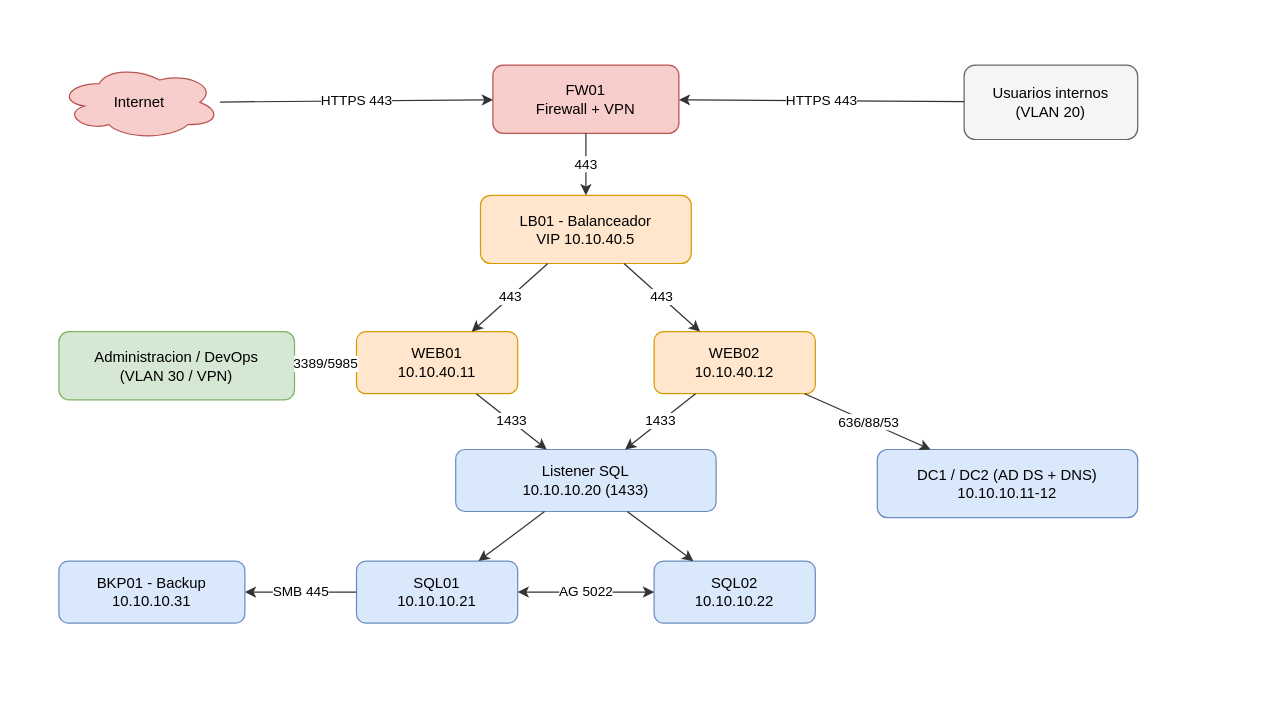
Above: desarrollo/red/diagramas/10-arquitectura.drawio in arnaumartinezmorant-lang/PROYECTO (draw.io), before the change. Source tidied: cells renumbered, new cells numbered last; positions are measured from the earlier drawing's top-left corner, leaving out a move shared by most shapes. Both pictures are drawn from the tidied source at 124%, with x=0, y=0 at pixel (58, 64).
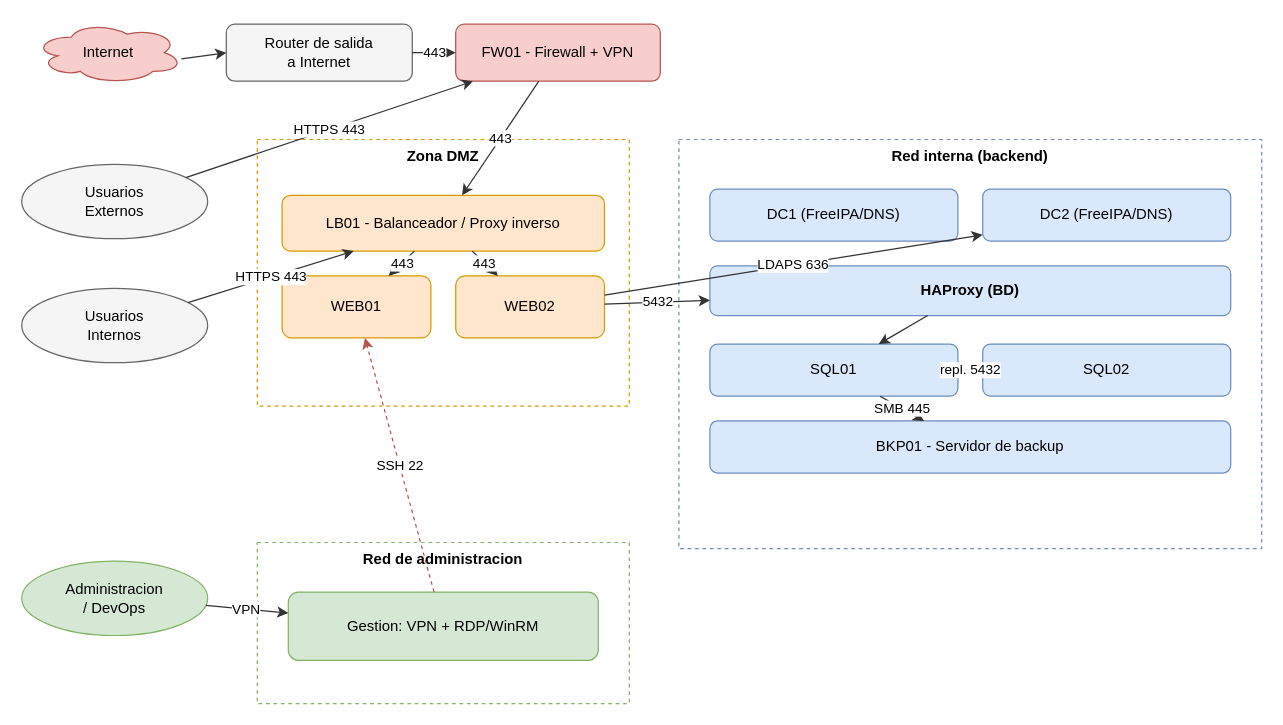
After the change.

Change to the diagram source:
```diff
@@
     <mxCell id="2" value="Internet" style="ellipse;shape=cloud;whiteSpace=wrap;html=1;fillColor=#f8cecc;strokeColor=#b85450;fontSize=12;" parent="1" vertex="1">
-      <mxGeometry width="130" height="60" as="geometry" />
+      <mxGeometry x="-20" y="-35" width="120" height="50" as="geometry" />
     </mxCell>
-    <mxCell id="3" value="Usuarios internos&#10;(VLAN 20)" style="rounded=1;whiteSpace=wrap;html=1;fillColor=#f5f5f5;strokeColor=#666666;fontSize=12;" parent="1" vertex="1">
-      <mxGeometry x="730" width="140" height="60" as="geometry" />
-    </mxCell>
+    <mxCell id="27" value="Router de salida&#10;a Internet" style="rounded=1;whiteSpace=wrap;html=1;fillColor=#f5f5f5;strokeColor=#666666;fontSize=12;" parent="1" vertex="1">
+      <mxGeometry x="135" y="-33" width="150" height="46" as="geometry" />
+    </mxCell>
-    <mxCell id="4" value="FW01&#10;Firewall + VPN" style="rounded=1;whiteSpace=wrap;html=1;fillColor=#f8cecc;strokeColor=#b85450;fontSize=12;" parent="1" vertex="1">
-      <mxGeometry x="350" width="150" height="55" as="geometry" />
+    <mxCell id="4" value="FW01 - Firewall + VPN" style="rounded=1;whiteSpace=wrap;html=1;fillColor=#f8cecc;strokeColor=#b85450;fontSize=12;" parent="1" vertex="1">
+      <mxGeometry x="320" y="-33" width="165" height="46" as="geometry" />
     </mxCell>
+    <mxCell id="28" value="Usuarios&#10;Externos" style="ellipse;whiteSpace=wrap;html=1;fillColor=#f5f5f5;strokeColor=#666666;fontSize=12;" parent="1" vertex="1">
+      <mxGeometry x="-30" y="80" width="150" height="60" as="geometry" />
+    </mxCell>
+    <mxCell id="29" value="Usuarios&#10;Internos" style="ellipse;whiteSpace=wrap;html=1;fillColor=#f5f5f5;strokeColor=#666666;fontSize=12;" parent="1" vertex="1">
+      <mxGeometry x="-30" y="180" width="150" height="60" as="geometry" />
+    </mxCell>
+    <mxCell id="30" value="Administracion&#10;/ DevOps" style="ellipse;whiteSpace=wrap;html=1;fillColor=#d5e8d4;strokeColor=#82b366;fontSize=12;" parent="1" vertex="1">
+      <mxGeometry x="-30" y="400" width="150" height="60" as="geometry" />
+    </mxCell>
+    <mxCell id="31" value="Zona DMZ" style="rounded=0;whiteSpace=wrap;html=1;verticalAlign=top;fillColor=none;strokeColor=#d79b00;fontSize=12;dashed=1;verticalAlign=top;fontStyle=1;" parent="1" vertex="1">
+      <mxGeometry x="160" y="60" width="300" height="215" as="geometry" />
+    </mxCell>
+    <mxCell id="32" value="Red interna (backend)" style="rounded=0;whiteSpace=wrap;html=1;verticalAlign=top;fillColor=none;strokeColor=#6c8ebf;fontSize=12;dashed=1;verticalAlign=top;fontStyle=1;" parent="1" vertex="1">
+      <mxGeometry x="500" y="60" width="470" height="330" as="geometry" />
+    </mxCell>
+    <mxCell id="33" value="Red de administracion" style="rounded=0;whiteSpace=wrap;html=1;verticalAlign=top;fillColor=none;strokeColor=#82b366;fontSize=12;dashed=1;verticalAlign=top;fontStyle=1;" parent="1" vertex="1">
+      <mxGeometry x="160" y="385" width="300" height="130" as="geometry" />
+    </mxCell>
-    <mxCell id="5" value="LB01 - Balanceador&#10;VIP 10.10.40.5" style="rounded=1;whiteSpace=wrap;html=1;fillColor=#ffe6cc;strokeColor=#d79b00;fontSize=12;" parent="1" vertex="1">
-      <mxGeometry x="340" y="105" width="170" height="55" as="geometry" />
+    <mxCell id="5" value="LB01 - Balanceador / Proxy inverso" style="rounded=1;whiteSpace=wrap;html=1;fillColor=#ffe6cc;strokeColor=#d79b00;fontSize=12;" parent="1" vertex="1">
+      <mxGeometry x="180" y="105" width="260" height="45" as="geometry" />
     </mxCell>
-    <mxCell id="6" value="WEB01&#10;10.10.40.11" style="rounded=1;whiteSpace=wrap;html=1;fillColor=#ffe6cc;strokeColor=#d79b00;fontSize=12;" parent="1" vertex="1">
-      <mxGeometry x="240" y="215" width="130" height="50" as="geometry" />
+    <mxCell id="6" value="WEB01" style="rounded=1;whiteSpace=wrap;html=1;fillColor=#ffe6cc;strokeColor=#d79b00;fontSize=12;" parent="1" vertex="1">
+      <mxGeometry x="180" y="170" width="120" height="50" as="geometry" />
     </mxCell>
-    <mxCell id="7" value="WEB02&#10;10.10.40.12" style="rounded=1;whiteSpace=wrap;html=1;fillColor=#ffe6cc;strokeColor=#d79b00;fontSize=12;" parent="1" vertex="1">
-      <mxGeometry x="480" y="215" width="130" height="50" as="geometry" />
+    <mxCell id="7" value="WEB02" style="rounded=1;whiteSpace=wrap;html=1;fillColor=#ffe6cc;strokeColor=#d79b00;fontSize=12;" parent="1" vertex="1">
+      <mxGeometry x="320" y="170" width="120" height="50" as="geometry" />
     </mxCell>
+    <mxCell id="34" value="DC1 (FreeIPA/DNS)" style="rounded=1;whiteSpace=wrap;html=1;fillColor=#dae8fc;strokeColor=#6c8ebf;fontSize=12;" parent="1" vertex="1">
+      <mxGeometry x="525" y="100" width="200" height="42" as="geometry" />
+    </mxCell>
+    <mxCell id="35" value="DC2 (FreeIPA/DNS)" style="rounded=1;whiteSpace=wrap;html=1;fillColor=#dae8fc;strokeColor=#6c8ebf;fontSize=12;" parent="1" vertex="1">
+      <mxGeometry x="745" y="100" width="200" height="42" as="geometry" />
+    </mxCell>
-    <mxCell id="8" value="Listener SQL&#10;10.10.10.20 (1433)" style="rounded=1;whiteSpace=wrap;html=1;fillColor=#dae8fc;strokeColor=#6c8ebf;fontSize=12;" parent="1" vertex="1">
-      <mxGeometry x="320" y="310" width="210" height="50" as="geometry" />
+    <mxCell id="8" value="HAProxy (BD)" style="rounded=1;whiteSpace=wrap;html=1;fillColor=#dae8fc;strokeColor=#6c8ebf;fontSize=12;fontStyle=1;" parent="1" vertex="1">
+      <mxGeometry x="525" y="162" width="420" height="40" as="geometry" />
     </mxCell>
-    <mxCell id="9" value="SQL01&#10;10.10.10.21" style="rounded=1;whiteSpace=wrap;html=1;fillColor=#dae8fc;strokeColor=#6c8ebf;fontSize=12;" parent="1" vertex="1">
-      <mxGeometry x="240" y="400" width="130" height="50" as="geometry" />
+    <mxCell id="9" value="SQL01" style="rounded=1;whiteSpace=wrap;html=1;fillColor=#dae8fc;strokeColor=#6c8ebf;fontSize=12;" parent="1" vertex="1">
+      <mxGeometry x="525" y="225" width="200" height="42" as="geometry" />
     </mxCell>
-    <mxCell id="10" value="SQL02&#10;10.10.10.22" style="rounded=1;whiteSpace=wrap;html=1;fillColor=#dae8fc;strokeColor=#6c8ebf;fontSize=12;" parent="1" vertex="1">
-      <mxGeometry x="480" y="400" width="130" height="50" as="geometry" />
+    <mxCell id="10" value="SQL02" style="rounded=1;whiteSpace=wrap;html=1;fillColor=#dae8fc;strokeColor=#6c8ebf;fontSize=12;" parent="1" vertex="1">
+      <mxGeometry x="745" y="225" width="200" height="42" as="geometry" />
     </mxCell>
-    <mxCell id="11" value="DC1 / DC2 (AD DS + DNS)&#10;10.10.10.11-12" style="rounded=1;whiteSpace=wrap;html=1;fillColor=#dae8fc;strokeColor=#6c8ebf;fontSize=12;" parent="1" vertex="1">
-      <mxGeometry x="660" y="310" width="210" height="55" as="geometry" />
-    </mxCell>
-    <mxCell id="12" value="BKP01 - Backup&#10;10.10.10.31" style="rounded=1;whiteSpace=wrap;html=1;fillColor=#dae8fc;strokeColor=#6c8ebf;fontSize=12;" parent="1" vertex="1">
-      <mxGeometry y="400" width="150" height="50" as="geometry" />
+    <mxCell id="12" value="BKP01 - Servidor de backup" style="rounded=1;whiteSpace=wrap;html=1;fillColor=#dae8fc;strokeColor=#6c8ebf;fontSize=12;" parent="1" vertex="1">
+      <mxGeometry x="525" y="287" width="420" height="42" as="geometry" />
     </mxCell>
-    <mxCell id="13" value="Administracion / DevOps&#10;(VLAN 30 / VPN)" style="rounded=1;whiteSpace=wrap;html=1;fillColor=#d5e8d4;strokeColor=#82b366;fontSize=12;" parent="1" vertex="1">
-      <mxGeometry y="215" width="190" height="55" as="geometry" />
-    </mxCell>
+    <mxCell id="36" value="Gestion: VPN + RDP/WinRM" style="rounded=1;whiteSpace=wrap;html=1;fillColor=#d5e8d4;strokeColor=#82b366;fontSize=12;" parent="1" vertex="1">
+      <mxGeometry x="185" y="425" width="250" height="55" as="geometry" />
+    </mxCell>
-    <mxCell id="14" value="HTTPS 443" style="endArrow=classic;html=1;rounded=0;strokeColor=#333333;fontSize=11;" parent="1" edge="1" source="2" target="4">
+    <mxCell id="14" style="endArrow=classic;html=1;rounded=0;strokeColor=#333333;fontSize=11;" parent="1" edge="1" source="2" target="27">
       <mxGeometry relative="1" as="geometry" />
     </mxCell>
-    <mxCell id="15" value="HTTPS 443" style="endArrow=classic;html=1;rounded=0;strokeColor=#333333;fontSize=11;" parent="1" edge="1" source="3" target="4">
+    <mxCell id="15" value="443" style="endArrow=classic;html=1;rounded=0;strokeColor=#333333;fontSize=11;" parent="1" edge="1" source="27" target="4">
       <mxGeometry relative="1" as="geometry" />
     </mxCell>
-    <mxCell id="16" value="443" style="endArrow=classic;html=1;rounded=0;strokeColor=#333333;fontSize=11;" parent="1" edge="1" source="4" target="5">
+    <mxCell id="16" value="HTTPS 443" style="endArrow=classic;html=1;rounded=0;strokeColor=#333333;fontSize=11;" parent="1" edge="1" source="28" target="4">
       <mxGeometry relative="1" as="geometry" />
     </mxCell>
-    <mxCell id="17" value="443" style="endArrow=classic;html=1;rounded=0;strokeColor=#333333;fontSize=11;" parent="1" edge="1" source="5" target="6">
+    <mxCell id="17" value="HTTPS 443" style="endArrow=classic;html=1;rounded=0;strokeColor=#333333;fontSize=11;" parent="1" edge="1" source="29" target="5">
       <mxGeometry relative="1" as="geometry" />
     </mxCell>
-    <mxCell id="18" value="443" style="endArrow=classic;html=1;rounded=0;strokeColor=#333333;fontSize=11;" parent="1" edge="1" source="5" target="7">
+    <mxCell id="18" value="443" style="endArrow=classic;html=1;rounded=0;strokeColor=#333333;fontSize=11;" parent="1" edge="1" source="4" target="5">
       <mxGeometry relative="1" as="geometry" />
     </mxCell>
-    <mxCell id="19" value="1433" style="endArrow=classic;html=1;rounded=0;strokeColor=#333333;fontSize=11;" parent="1" edge="1" source="6" target="8">
+    <mxCell id="19" value="443" style="endArrow=classic;html=1;rounded=0;strokeColor=#333333;fontSize=11;" parent="1" edge="1" source="5" target="6">
       <mxGeometry relative="1" as="geometry" />
     </mxCell>
-    <mxCell id="20" value="1433" style="endArrow=classic;html=1;rounded=0;strokeColor=#333333;fontSize=11;" parent="1" edge="1" source="7" target="8">
+    <mxCell id="20" value="443" style="endArrow=classic;html=1;rounded=0;strokeColor=#333333;fontSize=11;" parent="1" edge="1" source="5" target="7">
       <mxGeometry relative="1" as="geometry" />
     </mxCell>
-    <mxCell id="21" style="endArrow=classic;html=1;rounded=0;strokeColor=#333333;fontSize=11;" parent="1" edge="1" source="8" target="9">
+    <mxCell id="21" value="5432" style="endArrow=classic;html=1;rounded=0;strokeColor=#333333;fontSize=11;" parent="1" edge="1" source="7" target="8">
       <mxGeometry relative="1" as="geometry" />
     </mxCell>
-    <mxCell id="22" style="endArrow=classic;html=1;rounded=0;strokeColor=#333333;fontSize=11;" parent="1" edge="1" source="8" target="10">
+    <mxCell id="22" value="LDAPS 636" style="endArrow=classic;html=1;rounded=0;strokeColor=#333333;fontSize=11;" parent="1" edge="1" source="7" target="35">
       <mxGeometry relative="1" as="geometry" />
     </mxCell>
-    <mxCell id="23" value="AG 5022" style="endArrow=classic;html=1;rounded=0;strokeColor=#333333;fontSize=11;startArrow=classic;" parent="1" edge="1" source="9" target="10">
+    <mxCell id="23" style="endArrow=classic;html=1;rounded=0;strokeColor=#333333;fontSize=11;" parent="1" edge="1" source="8" target="9">
       <mxGeometry relative="1" as="geometry" />
     </mxCell>
-    <mxCell id="24" value="636/88/53" style="endArrow=classic;html=1;rounded=0;strokeColor=#333333;fontSize=11;" parent="1" edge="1" source="7" target="11">
+    <mxCell id="24" value="repl. 5432" style="endArrow=classic;html=1;rounded=0;strokeColor=#333333;fontSize=11;startArrow=classic;" parent="1" edge="1" source="9" target="10">
       <mxGeometry relative="1" as="geometry" />
     </mxCell>
@@
-    <mxCell id="26" value="3389/5985" style="endArrow=classic;html=1;rounded=0;strokeColor=#b85450;fontSize=11;dashed=1;" parent="1" edge="1" source="13" target="6">
+    <mxCell id="26" value="VPN" style="endArrow=classic;html=1;rounded=0;strokeColor=#333333;fontSize=11;" parent="1" edge="1" source="30" target="36">
       <mxGeometry relative="1" as="geometry" />
     </mxCell>
+    <mxCell id="37" value="SSH 22" style="endArrow=classic;html=1;rounded=0;strokeColor=#b85450;fontSize=11;dashed=1;" parent="1" edge="1" source="36" target="6">
+      <mxGeometry relative="1" as="geometry" />
+    </mxCell>
```
